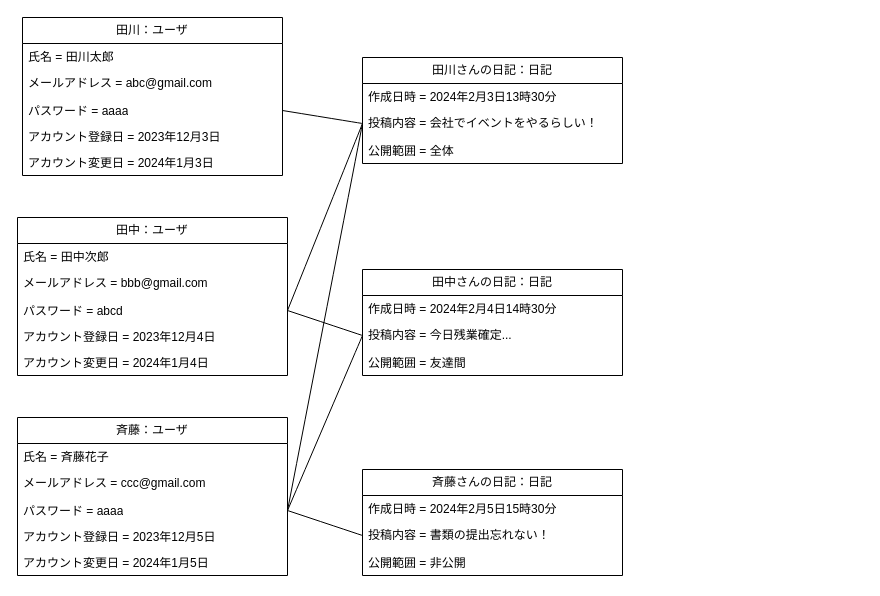
tawainfer/scorpio keeps this draw.io diagram as 概念モデル/06_日記を投稿する/日記を投稿する.drawio. Above is the earlier version. Source tidied: cells renumbered, new cells numbered last; positions are measured from the earlier drawing's top-left corner, leaving out a move shared by most shapes. Both pictures are drawn from the tidied source at 100%, with x=0, y=0 at pixel (17, 17).
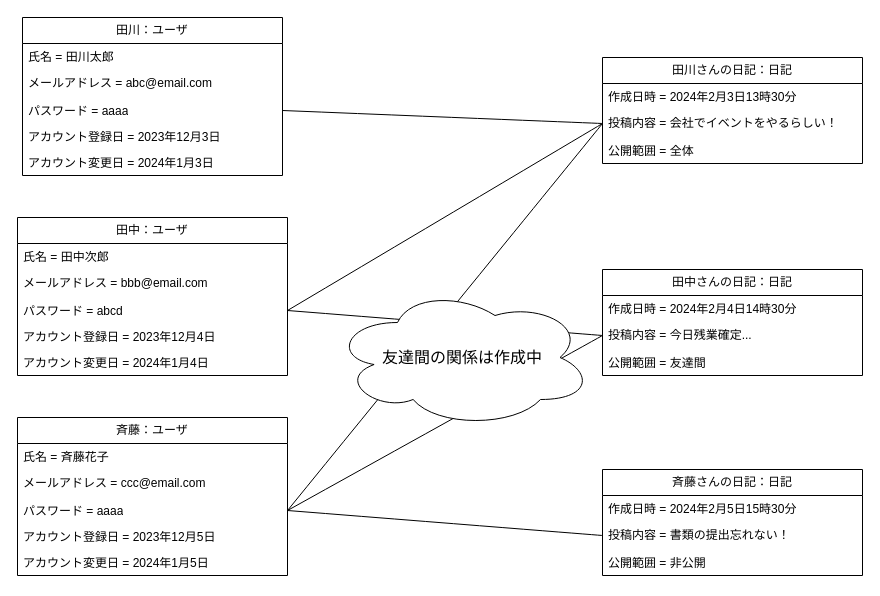
Above is the later version.

Unchanged cells that the change refers to:
```xml
<mxCell id="2" value="田川：ユーザ" style="swimlane;fontStyle=0;horizontal=1;startSize=26;fillColor=none;whiteSpace=wrap;html=1;" parent="1" vertex="1">
  <mxGeometry x="5" width="260" height="158" as="geometry" />
</mxCell>
<mxCell id="8" value="田中：ユーザ" style="swimlane;fontStyle=0;horizontal=1;startSize=26;fillColor=none;whiteSpace=wrap;html=1;" parent="1" vertex="1">
  <mxGeometry y="200" width="270" height="158" as="geometry" />
</mxCell>
<mxCell id="14" value="斉藤：ユーザ" style="swimlane;fontStyle=0;horizontal=1;startSize=26;fillColor=none;whiteSpace=wrap;html=1;" parent="1" vertex="1">
  <mxGeometry y="400" width="270" height="158" as="geometry" />
</mxCell>
```

Diff of the diagram source:
```diff
@@
-    <mxCell id="4" value="メールアドレス = abc@gmail.com" style="text;strokeColor=none;fillColor=none;align=left;verticalAlign=top;spacingLeft=4;spacingRight=4;overflow=hidden;whiteSpace=wrap;html=1;" parent="2" vertex="1">
+    <mxCell id="4" value="メールアドレス = abc@email.com" style="text;strokeColor=none;fillColor=none;align=left;verticalAlign=top;spacingLeft=4;spacingRight=4;overflow=hidden;whiteSpace=wrap;html=1;" parent="2" vertex="1">
       <mxGeometry y="52" width="260" height="28" as="geometry" />
     </mxCell>
@@
-    <mxCell id="10" value="メールアドレス = bbb@gmail.com" style="text;strokeColor=none;fillColor=none;align=left;verticalAlign=top;spacingLeft=4;spacingRight=4;overflow=hidden;whiteSpace=wrap;html=1;" parent="8" vertex="1">
+    <mxCell id="10" value="メールアドレス = bbb@email.com" style="text;strokeColor=none;fillColor=none;align=left;verticalAlign=top;spacingLeft=4;spacingRight=4;overflow=hidden;whiteSpace=wrap;html=1;" parent="8" vertex="1">
       <mxGeometry y="52" width="270" height="28" as="geometry" />
     </mxCell>
@@
-    <mxCell id="16" value="メールアドレス = ccc@gmail.com" style="text;strokeColor=none;fillColor=none;align=left;verticalAlign=top;spacingLeft=4;spacingRight=4;overflow=hidden;whiteSpace=wrap;html=1;" parent="14" vertex="1">
+    <mxCell id="16" value="メールアドレス = ccc@email.com" style="text;strokeColor=none;fillColor=none;align=left;verticalAlign=top;spacingLeft=4;spacingRight=4;overflow=hidden;whiteSpace=wrap;html=1;" parent="14" vertex="1">
       <mxGeometry y="52" width="270" height="28" as="geometry" />
     </mxCell>
@@
     <mxCell id="20" value="田川さんの日記：日記" style="swimlane;fontStyle=0;horizontal=1;startSize=26;fillColor=none;whiteSpace=wrap;html=1;" parent="1" vertex="1">
-      <mxGeometry x="345" y="40" width="260" height="106" as="geometry" />
+      <mxGeometry x="585" y="40" width="260" height="106" as="geometry" />
     </mxCell>
@@
     <mxCell id="24" value="田中さんの日記：日記" style="swimlane;fontStyle=0;horizontal=1;startSize=26;fillColor=none;whiteSpace=wrap;html=1;" parent="1" vertex="1">
-      <mxGeometry x="345" y="252" width="260" height="106" as="geometry" />
+      <mxGeometry x="585" y="252" width="260" height="106" as="geometry" />
     </mxCell>
@@
     <mxCell id="28" value="斉藤さんの日記：日記" style="swimlane;fontStyle=0;horizontal=1;startSize=26;fillColor=none;whiteSpace=wrap;html=1;" parent="1" vertex="1">
-      <mxGeometry x="345" y="452" width="260" height="106" as="geometry" />
+      <mxGeometry x="585" y="452" width="260" height="106" as="geometry" />
     </mxCell>
@@
+    <mxCell id="38" value="友達間の関係は作成中" style="ellipse;shape=cloud;whiteSpace=wrap;html=1;fontSize=16;" parent="1" vertex="1">
+      <mxGeometry x="315" y="270" width="260" height="140" as="geometry" />
+    </mxCell>
```
